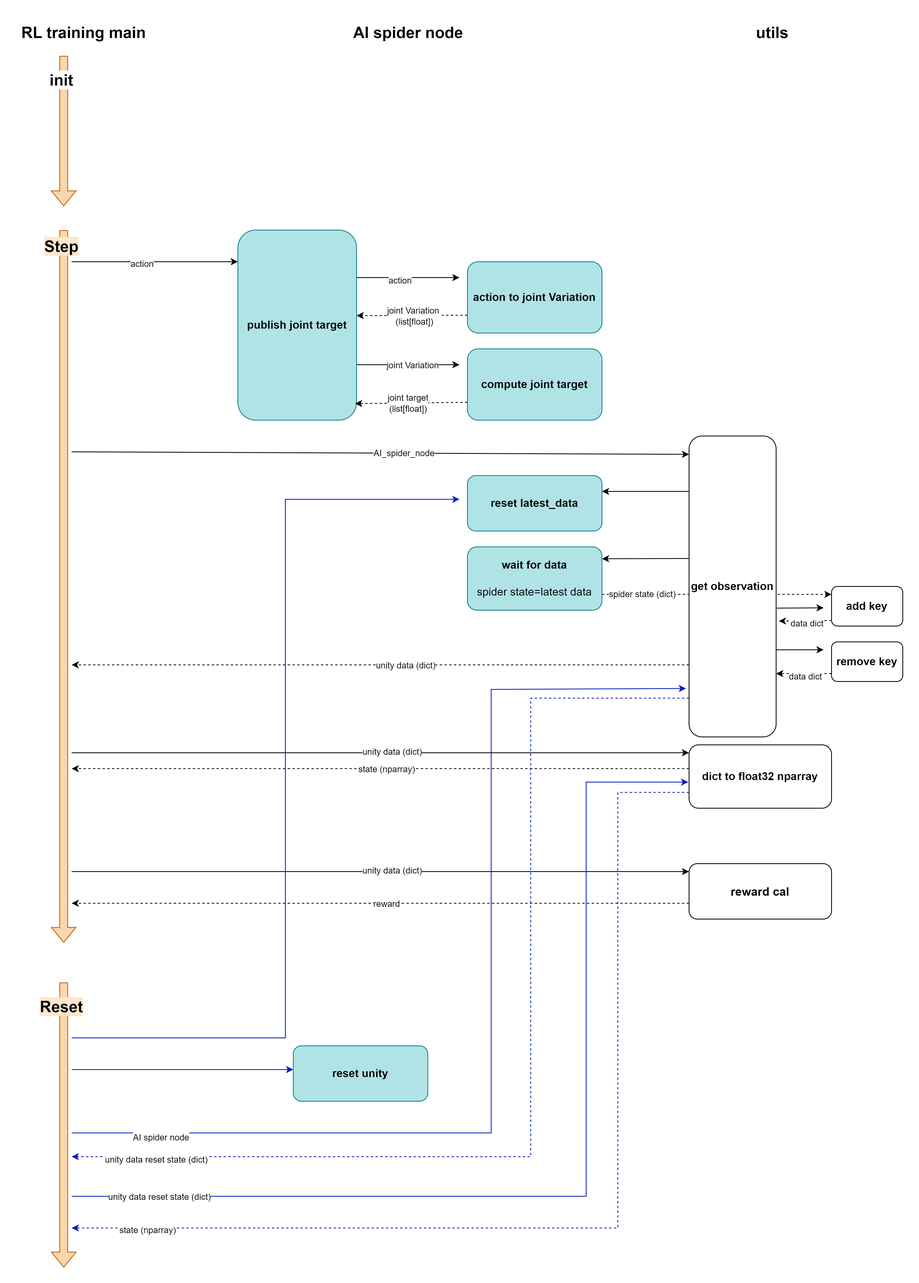
Earlier version of the draw.io export diagram/RL training main.drawio.png (siangting/pros_ai_spider). Source tidied: cells renumbered, new cells last; positions are measured from the earlier drawing's top-left corner, leaving out a move shared by most shapes.
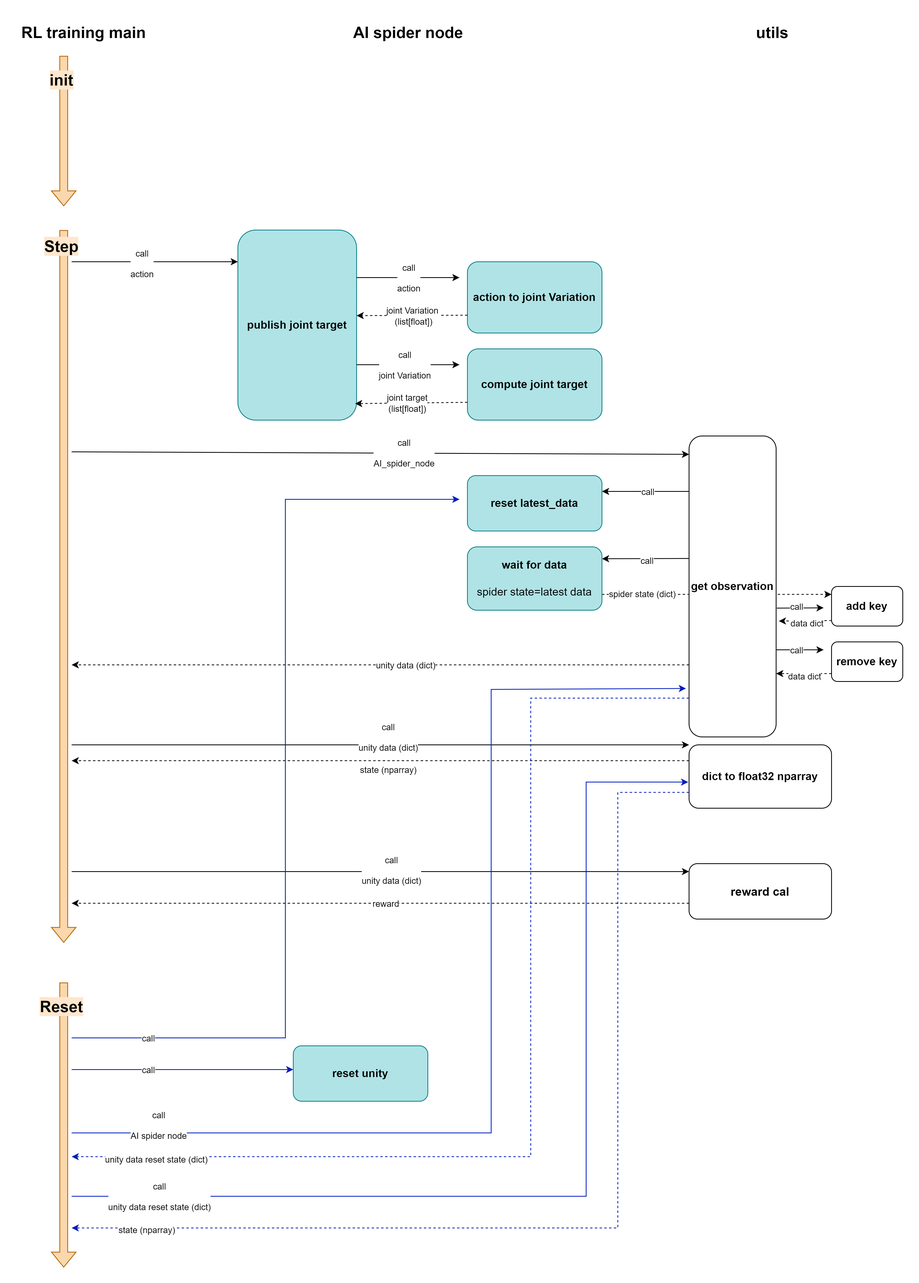
The same file after the commit.

Commit message:
[FIX] Add "call" to call function arrows.

The edit, as a diff of the source:
```diff
@@ -18,7 +18,7 @@
         <mxPoint x="280" y="310" as="targetPoint" />
       </mxGeometry>
     </mxCell>
-    <mxCell id="5" value="&lt;div&gt;action&lt;br&gt;&lt;/div&gt;" style="edgeLabel;html=1;align=center;verticalAlign=middle;" parent="4" vertex="1">
+    <mxCell id="5" value="&lt;div&gt;call&lt;/div&gt;&lt;div&gt;&lt;br&gt;&lt;/div&gt;&lt;div&gt;action&lt;br&gt;&lt;/div&gt;" style="edgeLabel;html=1;align=center;verticalAlign=middle;" parent="4" vertex="1">
       <mxGeometry x="-0.16" y="-2" relative="1" as="geometry" />
     </mxCell>
     <mxCell id="6" value="RL training main" style="text;html=1;align=center;verticalAlign=middle;strokeColor=none;fillColor=none;fontStyle=1;fontSize=20;" parent="1" vertex="1">
@@ -35,8 +35,10 @@
         <mxPoint x="560" y="330" as="targetPoint" />
       </mxGeometry>
     </mxCell>
-    <mxCell id="10" value="&lt;div&gt;action&lt;br&gt;&lt;/div&gt;" style="edgeLabel;html=1;align=center;verticalAlign=middle;" parent="9" vertex="1">
-      <mxGeometry x="-0.17" y="-3" relative="1" as="geometry" />
+    <mxCell id="10" value="&lt;div&gt;call&lt;/div&gt;&lt;div&gt;&lt;br&gt;&lt;/div&gt;&lt;div&gt;action&lt;br&gt;&lt;/div&gt;" style="edgeLabel;html=1;align=center;verticalAlign=middle;" parent="9" vertex="1">
+      <mxGeometry x="-0.17" y="-3" relative="1" as="geometry">
+        <mxPoint x="11" y="-3" as="offset" />
+      </mxGeometry>
     </mxCell>
     <mxCell id="11" value="action to joint Variation" style="rounded=1;whiteSpace=wrap;html=1;fontSize=14;fontStyle=1;fillColor=#b0e3e6;strokeColor=#0e8088;" parent="1" vertex="1">
       <mxGeometry x="570" y="310" width="170" height="90" as="geometry" />
@@ -58,9 +60,9 @@
         <mxPoint x="560" y="440" as="targetPoint" />
       </mxGeometry>
     </mxCell>
-    <mxCell id="16" value="&lt;div&gt;joint Variation&lt;/div&gt;" style="edgeLabel;html=1;align=center;verticalAlign=middle;" parent="15" vertex="1">
+    <mxCell id="16" value="&lt;div&gt;call&lt;/div&gt;&lt;div&gt;&lt;br&gt;&lt;/div&gt;&lt;div&gt;joint Variation&lt;/div&gt;" style="edgeLabel;html=1;align=center;verticalAlign=middle;" parent="15" vertex="1">
       <mxGeometry x="-0.17" y="-3" relative="1" as="geometry">
-        <mxPoint x="16" y="-3" as="offset" />
+        <mxPoint x="6" y="-3" as="offset" />
       </mxGeometry>
     </mxCell>
     <mxCell id="17" style="endArrow=classic;html=1;rounded=0;exitX=0;exitY=0.75;exitDx=0;exitDy=0;dashed=1;entryX=0.987;entryY=0.913;entryDx=0;entryDy=0;entryPerimeter=0;" parent="1" edge="1" source="14" target="8">
@@ -75,7 +77,7 @@
     <mxCell id="20" value="&lt;b&gt;&lt;font style=&quot;font-size: 14px;&quot;&gt;get observation&lt;/font&gt;&lt;/b&gt;" style="rounded=1;whiteSpace=wrap;html=1;" parent="1" vertex="1">
       <mxGeometry x="850" y="530" width="110" height="380" as="geometry" />
     </mxCell>
-    <mxCell id="21" value="AI_spider_node" style="endArrow=classic;html=1;rounded=0;entryX=0;entryY=0.061;entryDx=0;entryDy=0;entryPerimeter=0;" parent="1" edge="1" target="20">
+    <mxCell id="21" value="&lt;div&gt;call&lt;/div&gt;&lt;div&gt;&lt;br&gt;&lt;/div&gt;AI_spider_node" style="endArrow=classic;html=1;rounded=0;entryX=0;entryY=0.061;entryDx=0;entryDy=0;entryPerimeter=0;" parent="1" edge="1" target="20">
       <mxGeometry x="0.08" relative="1" as="geometry">
         <mxPoint x="70" y="550" as="sourcePoint" />
       </mxGeometry>
@@ -89,11 +91,17 @@
         <mxPoint x="740" y="600" as="targetPoint" />
       </mxGeometry>
     </mxCell>
+    <mxCell id="63" value="call" style="edgeLabel;html=1;align=center;verticalAlign=middle;" parent="23" vertex="1">
+      <mxGeometry x="-0.04" relative="1" as="geometry" />
+    </mxCell>
     <mxCell id="24" style="endArrow=classic;html=1;rounded=0;exitX=0.004;exitY=0.407;exitDx=0;exitDy=0;exitPerimeter=0;" parent="1" edge="1" source="20">
       <mxGeometry relative="1" as="geometry">
         <mxPoint x="740" y="685" as="targetPoint" />
       </mxGeometry>
     </mxCell>
+    <mxCell id="64" value="call" style="edgeLabel;html=1;align=center;verticalAlign=middle;" parent="24" vertex="1">
+      <mxGeometry x="-0.01" y="3" relative="1" as="geometry" />
+    </mxCell>
     <mxCell id="25" value="&lt;span style=&quot;font-size: 14px;&quot;&gt;&lt;b&gt;wait for data&lt;/b&gt;&lt;/span&gt;&lt;div&gt;&lt;span style=&quot;font-size: 14px;&quot;&gt;&lt;b&gt;&lt;br&gt;&lt;/b&gt;&lt;/span&gt;&lt;/div&gt;&lt;div&gt;&lt;span style=&quot;font-size: 14px;&quot;&gt;spider state=latest data&lt;/span&gt;&lt;/div&gt;" style="rounded=1;whiteSpace=wrap;html=1;fillColor=#b0e3e6;strokeColor=#0e8088;" parent="1" vertex="1">
       <mxGeometry x="570" y="670" width="170" height="80" as="geometry" />
     </mxCell>
@@ -113,6 +121,11 @@
         <mxPoint x="1020" y="747" as="targetPoint" />
       </mxGeometry>
     </mxCell>
+    <mxCell id="65" value="call" style="edgeLabel;html=1;align=center;verticalAlign=middle;" parent="29" vertex="1">
+      <mxGeometry x="-0.22" y="-3" relative="1" as="geometry">
+        <mxPoint x="1" y="-5" as="offset" />
+      </mxGeometry>
+    </mxCell>
     <mxCell id="30" value="&lt;b&gt;&lt;font style=&quot;font-size: 14px;&quot;&gt;remove key&lt;/font&gt;&lt;/b&gt;" style="rounded=1;whiteSpace=wrap;html=1;" parent="1" vertex="1">
       <mxGeometry x="1030" y="790" width="90" height="50" as="geometry" />
     </mxCell>
@@ -122,6 +135,11 @@
         <mxPoint x="1020" y="800" as="targetPoint" />
       </mxGeometry>
     </mxCell>
+    <mxCell id="66" value="call" style="edgeLabel;html=1;align=center;verticalAlign=middle;" parent="31" vertex="1">
+      <mxGeometry x="0.13" relative="1" as="geometry">
+        <mxPoint x="-9" as="offset" />
+      </mxGeometry>
+    </mxCell>
     <mxCell id="32" style="endArrow=classic;html=1;rounded=0;entryX=1;entryY=0.75;entryDx=0;entryDy=0;dashed=1;" parent="1" edge="1">
       <mxGeometry relative="1" as="geometry">
         <mxPoint x="1030" y="830" as="sourcePoint" />
@@ -142,24 +160,28 @@
     </mxCell>
     <mxCell id="36" style="endArrow=classic;html=1;rounded=0;" parent="1" edge="1">
       <mxGeometry relative="1" as="geometry">
-        <mxPoint x="70" y="930" as="sourcePoint" />
-        <mxPoint x="850" y="930" as="targetPoint" />
+        <mxPoint x="70" y="920" as="sourcePoint" />
+        <mxPoint x="850" y="920" as="targetPoint" />
       </mxGeometry>
     </mxCell>
-    <mxCell id="37" value="&lt;div&gt;unity data (dict)&lt;br&gt;&lt;/div&gt;" style="edgeLabel;html=1;align=center;verticalAlign=middle;" parent="36" vertex="1">
-      <mxGeometry x="0.04" y="2" relative="1" as="geometry" />
+    <mxCell id="37" value="&lt;div&gt;call&lt;/div&gt;&lt;div&gt;&lt;br&gt;&lt;/div&gt;&lt;div&gt;unity data (dict)&lt;br&gt;&lt;/div&gt;" style="edgeLabel;html=1;align=center;verticalAlign=middle;" parent="36" vertex="1">
+      <mxGeometry x="0.04" y="2" relative="1" as="geometry">
+        <mxPoint x="-4" y="-8" as="offset" />
+      </mxGeometry>
     </mxCell>
     <mxCell id="38" value="&lt;b&gt;&lt;font style=&quot;font-size: 14px;&quot;&gt;dict to float32 nparray&lt;/font&gt;&lt;/b&gt;" style="rounded=1;whiteSpace=wrap;html=1;" parent="1" vertex="1">
       <mxGeometry x="850" y="920" width="180" height="80" as="geometry" />
     </mxCell>
     <mxCell id="39" style="endArrow=classic;html=1;rounded=0;exitX=0;exitY=0.75;exitDx=0;exitDy=0;dashed=1;" parent="1" edge="1">
       <mxGeometry relative="1" as="geometry">
-        <mxPoint x="850" y="950" as="sourcePoint" />
-        <mxPoint x="70" y="950" as="targetPoint" />
+        <mxPoint x="850" y="940" as="sourcePoint" />
+        <mxPoint x="70" y="940" as="targetPoint" />
       </mxGeometry>
     </mxCell>
-    <mxCell id="40" value="state (nparray)" style="edgeLabel;html=1;align=center;verticalAlign=middle;" parent="39" vertex="1">
-      <mxGeometry x="-0.02" relative="1" as="geometry" />
+    <mxCell id="40" value="&lt;div&gt;state (nparray)&lt;br&gt;&lt;/div&gt;" style="edgeLabel;html=1;align=center;verticalAlign=middle;" parent="39" vertex="1">
+      <mxGeometry x="-0.02" relative="1" as="geometry">
+        <mxPoint x="3" y="11" as="offset" />
+      </mxGeometry>
     </mxCell>
     <mxCell id="41" style="shape=flexArrow;endArrow=classic;html=1;rounded=0;fillColor=#fad7ac;strokeColor=#b46504;" parent="1" edge="1">
       <mxGeometry relative="1" as="geometry">
@@ -167,7 +189,7 @@
         <mxPoint x="60" y="240" as="targetPoint" />
       </mxGeometry>
     </mxCell>
-    <mxCell id="42" value="init" style="edgeLabel;html=1;align=center;verticalAlign=middle;fontSize=20;fontStyle=1;" parent="1" vertex="1">
+    <mxCell id="42" value="init" style="edgeLabel;html=1;align=center;verticalAlign=middle;fontSize=20;fontStyle=1;labelBackgroundColor=#FFE6CC;" parent="1" vertex="1">
       <mxGeometry x="30" y="70" as="geometry">
         <mxPoint x="26" y="9" as="offset" />
       </mxGeometry>
@@ -192,7 +214,7 @@
         <mxPoint x="850" y="1080" as="targetPoint" />
       </mxGeometry>
     </mxCell>
-    <mxCell id="47" value="&lt;div&gt;unity data (dict)&lt;br&gt;&lt;/div&gt;" style="edgeLabel;html=1;align=center;verticalAlign=middle;" parent="46" vertex="1">
+    <mxCell id="47" value="&lt;div&gt;call&lt;/div&gt;&lt;div&gt;&lt;br&gt;&lt;/div&gt;&lt;div&gt;unity data (dict)&lt;br&gt;&lt;/div&gt;" style="edgeLabel;html=1;align=center;verticalAlign=middle;" parent="46" vertex="1">
       <mxGeometry x="0.04" y="2" relative="1" as="geometry" />
     </mxCell>
     <mxCell id="48" style="endArrow=classic;html=1;rounded=0;exitX=0;exitY=0.75;exitDx=0;exitDy=0;dashed=1;" parent="1" edge="1">
@@ -225,6 +247,9 @@
         </Array>
       </mxGeometry>
     </mxCell>
+    <mxCell id="67" value="call" style="edgeLabel;html=1;align=center;verticalAlign=middle;" parent="52" vertex="1">
+      <mxGeometry x="-0.83" relative="1" as="geometry" />
+    </mxCell>
     <mxCell id="53" value="&lt;font style=&quot;font-size: 14px;&quot;&gt;&lt;b&gt;reset unity&lt;/b&gt;&lt;/font&gt;" style="rounded=1;whiteSpace=wrap;html=1;fillColor=#b0e3e6;strokeColor=#0e8088;" parent="1" vertex="1">
       <mxGeometry x="350" y="1300" width="170" height="70" as="geometry" />
     </mxCell>
@@ -234,6 +259,9 @@
         <mxPoint x="350" y="1330" as="targetPoint" />
       </mxGeometry>
     </mxCell>
+    <mxCell id="68" value="call" style="edgeLabel;html=1;align=center;verticalAlign=middle;" parent="54" vertex="1">
+      <mxGeometry x="-0.31" relative="1" as="geometry" />
+    </mxCell>
     <mxCell id="55" style="endArrow=classic;html=1;rounded=0;entryX=-0.036;entryY=0.839;entryDx=0;entryDy=0;entryPerimeter=0;fillColor=#0050ef;strokeColor=#001DBC;" parent="1" edge="1" target="20">
       <mxGeometry relative="1" as="geometry">
         <mxPoint x="70" y="1410" as="sourcePoint" />
@@ -243,8 +271,10 @@
         </Array>
       </mxGeometry>
     </mxCell>
-    <mxCell id="56" value="AI spider node" style="edgeLabel;html=1;align=center;verticalAlign=middle;" parent="55" vertex="1">
-      <mxGeometry x="-0.83" y="-5" relative="1" as="geometry" />
+    <mxCell id="56" value="&lt;div&gt;call&lt;/div&gt;&lt;div&gt;&lt;br&gt;&lt;/div&gt;AI spider node" style="edgeLabel;html=1;align=center;verticalAlign=middle;" parent="55" vertex="1">
+      <mxGeometry x="-0.83" y="-5" relative="1" as="geometry">
+        <mxPoint x="-2" y="-15" as="offset" />
+      </mxGeometry>
     </mxCell>
     <mxCell id="57" style="endArrow=classic;html=1;rounded=0;exitX=0;exitY=0.871;exitDx=0;exitDy=0;exitPerimeter=0;dashed=1;fillColor=#0050ef;strokeColor=#001DBC;" parent="1" edge="1" source="20">
       <mxGeometry relative="1" as="geometry">
@@ -267,7 +297,7 @@
         </Array>
       </mxGeometry>
     </mxCell>
-    <mxCell id="60" value="unity data reset state (dict)" style="edgeLabel;html=1;align=center;verticalAlign=middle;" parent="1" vertex="1">
+    <mxCell id="60" value="&lt;div&gt;call&lt;/div&gt;&lt;div&gt;&lt;br&gt;&lt;/div&gt;unity data reset state (dict)" style="edgeLabel;html=1;align=center;verticalAlign=middle;" parent="1" vertex="1">
       <mxGeometry x="180" y="1490" as="geometry" />
     </mxCell>
     <mxCell id="61" style="endArrow=classic;html=1;rounded=0;exitX=0;exitY=0.75;exitDx=0;exitDy=0;dashed=1;fillColor=#0050ef;strokeColor=#001DBC;" parent="1" edge="1" source="38">
```
